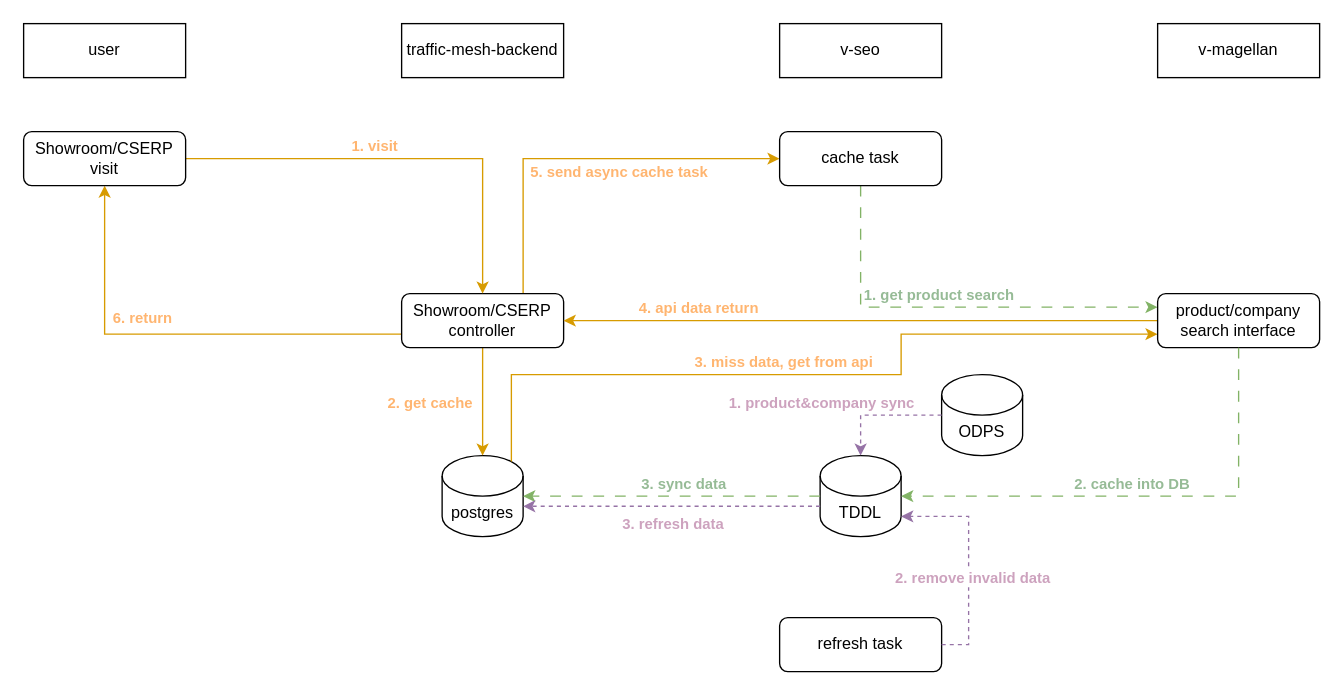
Above: drawio/showroom_cache.drawio in VisableHarry/seo-drawio (draw.io), before the change. Source tidied: cells renumbered, new cells numbered last; positions are measured from the earlier drawing's top-left corner, leaving out a move shared by most shapes. Both pictures are drawn from the tidied source at 135%, with x=0, y=0 at pixel (23, 23).
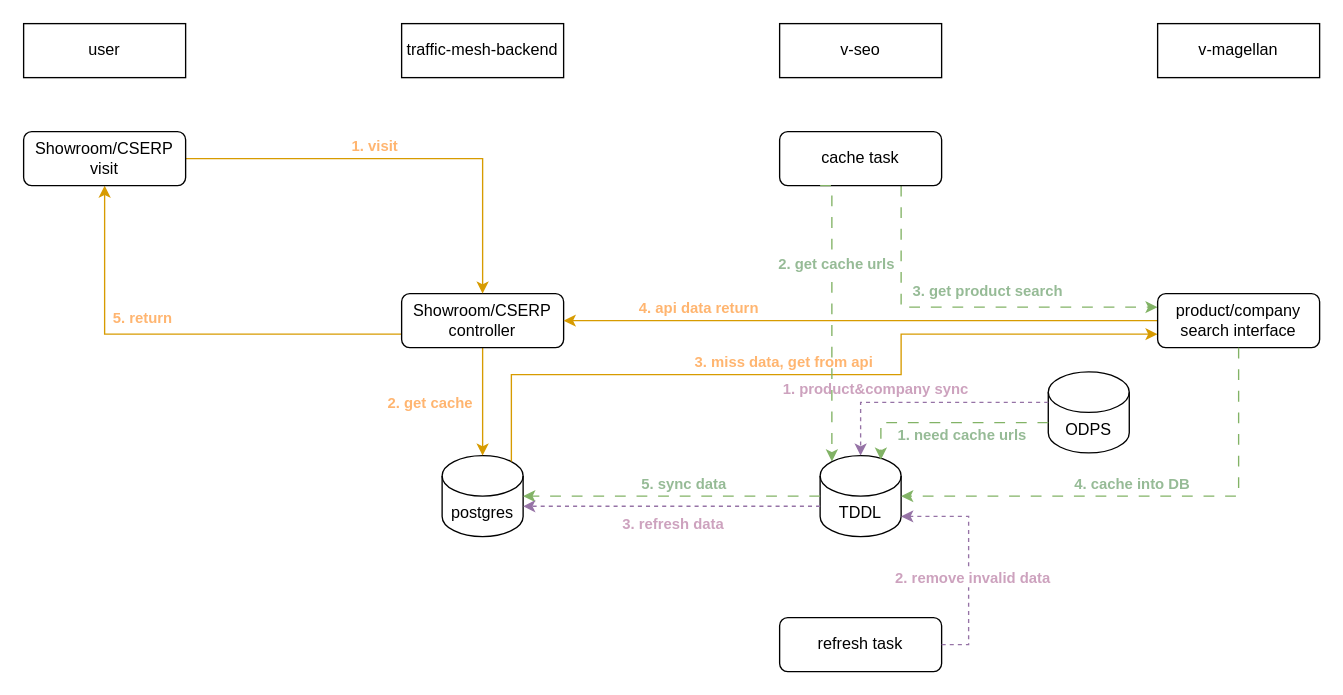
The same diagram, later.

The change refers to these unchanged cells:
```xml
<mxCell id="12" value="Showroom/CSERP controller" style="rounded=1;whiteSpace=wrap;html=1;" parent="1" vertex="1">
  <mxGeometry x="280" y="200" width="120" height="40" as="geometry" />
</mxCell>
<mxCell id="18" value="product/company search interface" style="rounded=1;whiteSpace=wrap;html=1;" parent="1" vertex="1">
  <mxGeometry x="840" y="200" width="120" height="40" as="geometry" />
</mxCell>
<mxCell id="19" value="cache task" style="rounded=1;whiteSpace=wrap;html=1;" parent="1" vertex="1">
  <mxGeometry x="560" y="80" width="120" height="40" as="geometry" />
</mxCell>
<mxCell id="24" value="TDDL" style="shape=cylinder3;whiteSpace=wrap;html=1;boundedLbl=1;backgroundOutline=1;size=15;" parent="1" vertex="1">
  <mxGeometry x="590" y="320" width="60" height="60" as="geometry" />
</mxCell>
<mxCell id="25" style="edgeStyle=orthogonalEdgeStyle;rounded=0;jettySize=auto;html=1;exitX=0.5;exitY=1;exitDx=0;exitDy=0;entryX=1;entryY=0.5;entryDx=0;entryDy=0;entryPerimeter=0;dashed=1;dashPattern=8 8;fillColor=#d5e8d4;strokeColor=#82b366;" parent="1" edge="1" source="18" target="24">
  <mxGeometry relative="1" as="geometry" />
</mxCell>
<mxCell id="27" style="edgeStyle=orthogonalEdgeStyle;rounded=0;jettySize=auto;html=1;exitX=0;exitY=0.5;exitDx=0;exitDy=0;exitPerimeter=0;entryX=1;entryY=0.5;entryDx=0;entryDy=0;entryPerimeter=0;dashed=1;dashPattern=8 8;fillColor=#d5e8d4;strokeColor=#82b366;" parent="1" edge="1" source="24" target="2">
  <mxGeometry relative="1" as="geometry" />
</mxCell>
```

What changed in the source:
```diff
@@
-    <mxCell id="3" style="edgeStyle=orthogonalEdgeStyle;rounded=0;jettySize=auto;html=1;exitX=0.5;exitY=1;exitDx=0;exitDy=0;entryX=0;entryY=0.25;entryDx=0;entryDy=0;dashed=1;dashPattern=8 8;fillColor=#d5e8d4;strokeColor=#82b366;" parent="1" edge="1" source="19" target="18">
+    <mxCell id="3" style="edgeStyle=orthogonalEdgeStyle;rounded=0;jettySize=auto;html=1;exitX=0.75;exitY=1;exitDx=0;exitDy=0;entryX=0;entryY=0.25;entryDx=0;entryDy=0;dashed=1;dashPattern=8 8;fillColor=#d5e8d4;strokeColor=#82B366;" parent="1" edge="1" source="19" target="18">
       <mxGeometry relative="1" as="geometry" />
     </mxCell>
-    <mxCell id="4" value="1. get product search" style="edgeLabel;html=1;align=center;verticalAlign=middle;fontColor=#96BB96;fontStyle=1;" parent="3" vertex="1">
+    <mxCell id="4" value="3. get product search" style="edgeLabel;html=1;align=center;verticalAlign=middle;fontColor=#96BB96;fontStyle=1;" parent="3" vertex="1">
       <mxGeometry x="-0.13" y="3" relative="1" as="geometry">
-        <mxPoint x="12" y="-7" as="offset" />
+        <mxPoint x="31" y="-10" as="offset" />
       </mxGeometry>
     </mxCell>
@@
-    <mxCell id="10" style="edgeStyle=orthogonalEdgeStyle;rounded=0;jettySize=auto;html=1;exitX=0.75;exitY=0;exitDx=0;exitDy=0;entryX=0;entryY=0.5;entryDx=0;entryDy=0;fillColor=#ffe6cc;strokeColor=#d79b00;" parent="1" edge="1" source="12" target="19">
-      <mxGeometry relative="1" as="geometry" />
-    </mxCell>
-    <mxCell id="11" value="5. send async cache task" style="edgeLabel;html=1;align=center;verticalAlign=middle;fontColor=#FFB570;fontStyle=1;" parent="10" vertex="1">
-      <mxGeometry x="0.03" y="-2" relative="1" as="geometry">
-        <mxPoint x="21" y="7" as="offset" />
-      </mxGeometry>
-    </mxCell>
@@
-    <mxCell id="26" value="2. cache into DB" style="edgeLabel;html=1;align=center;verticalAlign=middle;fontColor=#96BB96;fontStyle=1;" parent="25" vertex="1">
+    <mxCell id="26" value="4. cache into DB" style="edgeLabel;html=1;align=center;verticalAlign=middle;fontColor=#96BB96;fontStyle=1;" parent="25" vertex="1">
       <mxGeometry x="-0.74" y="-1" relative="1" as="geometry">
         <mxPoint x="-79" y="53" as="offset" />
       </mxGeometry>
     </mxCell>
@@
-    <mxCell id="28" value="3. sync data" style="edgeLabel;html=1;align=center;verticalAlign=middle;fontColor=#96BB96;fontStyle=1;" parent="27" vertex="1">
+    <mxCell id="28" value="5. sync data" style="edgeLabel;html=1;align=center;verticalAlign=middle;fontColor=#96BB96;fontStyle=1;" parent="27" vertex="1">
       <mxGeometry x="-0.07" y="1" relative="1" as="geometry">
         <mxPoint y="-11" as="offset" />
       </mxGeometry>
     </mxCell>
@@
-    <mxCell id="32" value="6. return" style="edgeLabel;html=1;align=center;verticalAlign=middle;labelBackgroundColor=none;fontColor=#FFB570;fontStyle=1;" parent="1" vertex="1">
+    <mxCell id="32" value="5. return" style="edgeLabel;html=1;align=center;verticalAlign=middle;labelBackgroundColor=none;fontColor=#FFB570;fontStyle=1;" parent="1" vertex="1">
       <mxGeometry x="89" y="220" as="geometry">
         <mxPoint x="-2" y="-3" as="offset" />
       </mxGeometry>
     </mxCell>
@@
     <mxCell id="35" value="ODPS" style="shape=cylinder3;whiteSpace=wrap;html=1;boundedLbl=1;backgroundOutline=1;size=15;" parent="1" vertex="1">
-      <mxGeometry x="680" y="260" width="60" height="60" as="geometry" />
+      <mxGeometry x="759" y="258" width="60" height="60" as="geometry" />
     </mxCell>
-    <mxCell id="36" style="edgeStyle=orthogonalEdgeStyle;rounded=0;jettySize=auto;html=1;exitX=0;exitY=0.5;exitDx=0;exitDy=0;exitPerimeter=0;entryX=0.5;entryY=0;entryDx=0;entryDy=0;entryPerimeter=0;dashed=1;fillColor=#e1d5e7;strokeColor=#9673a6;" parent="1" edge="1" source="35" target="24">
+    <mxCell id="36" style="edgeStyle=orthogonalEdgeStyle;rounded=0;jettySize=auto;html=1;exitX=0;exitY=0;exitDx=0;exitDy=22.5;exitPerimeter=0;entryX=0.5;entryY=0;entryDx=0;entryDy=0;entryPerimeter=0;dashed=1;fillColor=#e1d5e7;strokeColor=#9673a6;" parent="1" edge="1" source="35" target="24">
       <mxGeometry relative="1" as="geometry" />
     </mxCell>
@@
+    <mxCell id="38" style="edgeStyle=orthogonalEdgeStyle;rounded=0;jettySize=auto;html=1;exitX=0.25;exitY=1;exitDx=0;exitDy=0;entryX=0.145;entryY=0;entryDx=0;entryDy=4.35;entryPerimeter=0;dashed=1;dashPattern=8 8;strokeColor=#82B366;" parent="1" edge="1" source="19" target="24">
+      <mxGeometry relative="1" as="geometry">
+        <Array as="points">
+          <mxPoint x="599" y="120" />
+        </Array>
+      </mxGeometry>
+    </mxCell>
+    <mxCell id="39" value="2. get cache urls" style="edgeLabel;html=1;align=center;verticalAlign=middle;fontColor=#96BB96;fontStyle=1;" parent="38" vertex="1">
+      <mxGeometry x="-0.38" y="3" relative="1" as="geometry" />
+    </mxCell>
+    <mxCell id="40" style="edgeStyle=orthogonalEdgeStyle;rounded=0;jettySize=auto;html=1;exitX=0;exitY=0;exitDx=0;exitDy=37.5;exitPerimeter=0;entryX=0.75;entryY=0.05;entryDx=0;entryDy=0;entryPerimeter=0;dashed=1;dashPattern=8 8;strokeColor=#82B366;" parent="1" edge="1" source="35" target="24">
+      <mxGeometry relative="1" as="geometry" />
+    </mxCell>
+    <mxCell id="41" value="1. need cache urls" style="edgeLabel;html=1;align=center;verticalAlign=middle;fontColor=#96BB96;fontStyle=1;" parent="40" vertex="1">
+      <mxGeometry x="0.36" y="2" relative="1" as="geometry">
+        <mxPoint x="38" y="7" as="offset" />
+      </mxGeometry>
+    </mxCell>
```
